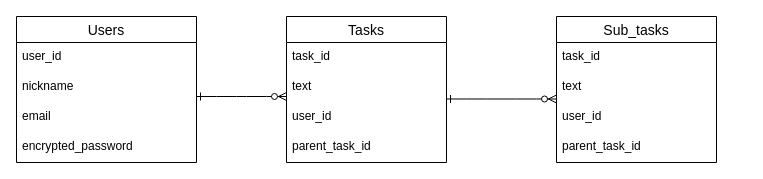
This is ER.dio from shiraishono/task_manager, a draw.io file, before an edit. Source tidied: cells renumbered, new cells numbered last; positions are measured from the earlier drawing's top-left corner, leaving out a move shared by most shapes. Both pictures are drawn from the tidied source at 100%, with x=0, y=0 at pixel (16, 16).
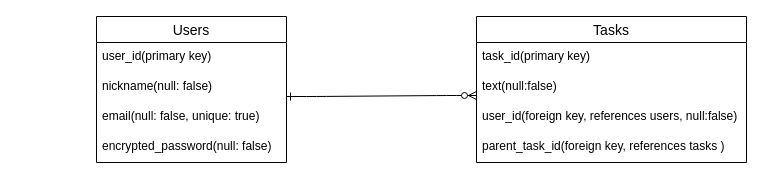
The same page after the edit.

Commit message (it also covers changes not shown here):
readme・ER図の編集

Change to the diagram source:
```diff
@@
 <mxGraphModel>
   <root>
     <mxCell id="0" />
     <mxCell id="1" parent="0" />
     <mxCell id="2" value="Users" style="swimlane;fontStyle=0;horizontal=1;startSize=26;align=center;fontSize=14;" parent="1" vertex="1">
-      <mxGeometry width="180" height="146" as="geometry" />
+      <mxGeometry x="80" width="190" height="146" as="geometry" />
     </mxCell>
-    <mxCell id="3" value="user_id" style="text;strokeColor=none;fillColor=none;spacingLeft=4;spacingRight=4;overflow=hidden;fontSize=12;" parent="2" vertex="1">
-      <mxGeometry y="26" width="180" height="30" as="geometry" />
+    <mxCell id="3" value="user_id(primary key)" style="text;strokeColor=none;fillColor=none;spacingLeft=4;spacingRight=4;overflow=hidden;fontSize=12;" parent="2" vertex="1">
+      <mxGeometry y="26" width="190" height="30" as="geometry" />
     </mxCell>
-    <mxCell id="4" value="nickname" style="text;strokeColor=none;fillColor=none;spacingLeft=4;spacingRight=4;overflow=hidden;fontSize=12;" parent="2" vertex="1">
-      <mxGeometry y="56" width="180" height="30" as="geometry" />
+    <mxCell id="4" value="nickname(null: false)" style="text;strokeColor=none;fillColor=none;spacingLeft=4;spacingRight=4;overflow=hidden;fontSize=12;" parent="2" vertex="1">
+      <mxGeometry y="56" width="190" height="30" as="geometry" />
     </mxCell>
-    <mxCell id="5" value="email" style="text;strokeColor=none;fillColor=none;spacingLeft=4;spacingRight=4;overflow=hidden;fontSize=12;" parent="2" vertex="1">
-      <mxGeometry y="86" width="180" height="30" as="geometry" />
+    <mxCell id="5" value="email(null: false, unique: true)" style="text;strokeColor=none;fillColor=none;spacingLeft=4;spacingRight=4;overflow=hidden;fontSize=12;" parent="2" vertex="1">
+      <mxGeometry y="86" width="190" height="30" as="geometry" />
     </mxCell>
-    <mxCell id="6" value="encrypted_password" style="text;strokeColor=none;fillColor=none;spacingLeft=4;spacingRight=4;overflow=hidden;fontSize=12;" parent="2" vertex="1">
-      <mxGeometry y="116" width="180" height="30" as="geometry" />
+    <mxCell id="6" value="encrypted_password(null: false)" style="text;strokeColor=none;fillColor=none;spacingLeft=4;spacingRight=4;overflow=hidden;fontSize=12;" parent="2" vertex="1">
+      <mxGeometry y="116" width="190" height="30" as="geometry" />
     </mxCell>
     <mxCell id="7" value="Tasks" style="swimlane;fontStyle=0;horizontal=1;startSize=26;align=center;fontSize=14;" parent="1" vertex="1">
-      <mxGeometry x="270" width="160" height="146" as="geometry" />
+      <mxGeometry x="460" width="270" height="146" as="geometry" />
     </mxCell>
-    <mxCell id="8" value="task_id" style="text;strokeColor=none;fillColor=none;spacingLeft=4;spacingRight=4;overflow=hidden;fontSize=12;" parent="7" vertex="1">
-      <mxGeometry y="26" width="160" height="30" as="geometry" />
+    <mxCell id="8" value="task_id(primary key)" style="text;strokeColor=none;fillColor=none;spacingLeft=4;spacingRight=4;overflow=hidden;fontSize=12;" parent="7" vertex="1">
+      <mxGeometry y="26" width="270" height="30" as="geometry" />
     </mxCell>
-    <mxCell id="9" value="text" style="text;strokeColor=none;fillColor=none;spacingLeft=4;spacingRight=4;overflow=hidden;fontSize=12;" parent="7" vertex="1">
-      <mxGeometry y="56" width="160" height="30" as="geometry" />
+    <mxCell id="9" value="text(null:false)" style="text;strokeColor=none;fillColor=none;spacingLeft=4;spacingRight=4;overflow=hidden;fontSize=12;" parent="7" vertex="1">
+      <mxGeometry y="56" width="270" height="30" as="geometry" />
     </mxCell>
-    <mxCell id="10" value="user_id" style="text;strokeColor=none;fillColor=none;spacingLeft=4;spacingRight=4;overflow=hidden;points=[[0,0.5],[1,0.5]];portConstraint=eastwest;fontSize=12;" parent="7" vertex="1">
-      <mxGeometry y="86" width="160" height="30" as="geometry" />
+    <mxCell id="10" value="user_id(foreign key, references users, null:false)" style="text;strokeColor=none;fillColor=none;spacingLeft=4;spacingRight=4;overflow=hidden;points=[[0,0.5],[1,0.5]];portConstraint=eastwest;fontSize=12;" parent="7" vertex="1">
+      <mxGeometry y="86" width="270" height="30" as="geometry" />
     </mxCell>
-    <mxCell id="11" value="parent_task_id" style="text;strokeColor=none;fillColor=none;spacingLeft=4;spacingRight=4;overflow=hidden;fontSize=12;" parent="7" vertex="1">
-      <mxGeometry y="116" width="160" height="30" as="geometry" />
+    <mxCell id="11" value="parent_task_id(foreign key, references tasks )" style="text;strokeColor=none;fillColor=none;spacingLeft=4;spacingRight=4;overflow=hidden;fontSize=12;" parent="7" vertex="1">
+      <mxGeometry y="116" width="270" height="30" as="geometry" />
     </mxCell>
-    <mxCell id="12" value="Sub_tasks" style="swimlane;fontStyle=0;horizontal=1;startSize=26;align=center;fontSize=14;" parent="1" vertex="1">
-      <mxGeometry x="540" width="160" height="146" as="geometry" />
-    </mxCell>
-    <mxCell id="13" value="task_id" style="text;strokeColor=none;fillColor=none;spacingLeft=4;spacingRight=4;overflow=hidden;fontSize=12;" parent="12" vertex="1">
-      <mxGeometry y="26" width="160" height="30" as="geometry" />
-    </mxCell>
-    <mxCell id="14" value="text" style="text;strokeColor=none;fillColor=none;spacingLeft=4;spacingRight=4;overflow=hidden;fontSize=12;" parent="12" vertex="1">
-      <mxGeometry y="56" width="160" height="30" as="geometry" />
-    </mxCell>
-    <mxCell id="15" value="user_id" style="text;strokeColor=none;fillColor=none;spacingLeft=4;spacingRight=4;overflow=hidden;points=[[0,0.5],[1,0.5]];portConstraint=eastwest;fontSize=12;" parent="12" vertex="1">
-      <mxGeometry y="86" width="160" height="30" as="geometry" />
-    </mxCell>
-    <mxCell id="16" value="parent_task_id" style="text;strokeColor=none;fillColor=none;spacingLeft=4;spacingRight=4;overflow=hidden;fontSize=12;" parent="12" vertex="1">
-      <mxGeometry y="116" width="160" height="30" as="geometry" />
-    </mxCell>
     <mxCell id="17" style="edgeStyle=entityRelationEdgeStyle;fontSize=12;html=1;endArrow=ERzeroToMany;endFill=1;startArrow=ERone;startFill=0;" parent="1" edge="1">
       <mxGeometry relative="1" as="geometry">
-        <mxPoint x="180" y="80" as="sourcePoint" />
-        <mxPoint x="270" y="80" as="targetPoint" />
+        <mxPoint x="270" y="80" as="sourcePoint" />
+        <mxPoint x="460" y="79" as="targetPoint" />
       </mxGeometry>
     </mxCell>
-    <mxCell id="18" style="edgeStyle=entityRelationEdgeStyle;fontSize=12;html=1;endArrow=ERzeroToMany;endFill=1;entryX=0;entryY=-0.117;entryDx=0;entryDy=0;entryPerimeter=0;exitX=1;exitY=-0.117;exitDx=0;exitDy=0;exitPerimeter=0;startArrow=ERone;startFill=0;" parent="1" edge="1" source="10" target="15">
-      <mxGeometry relative="1" as="geometry" />
-    </mxCell>
   </root>
 </mxGraphModel>
```
